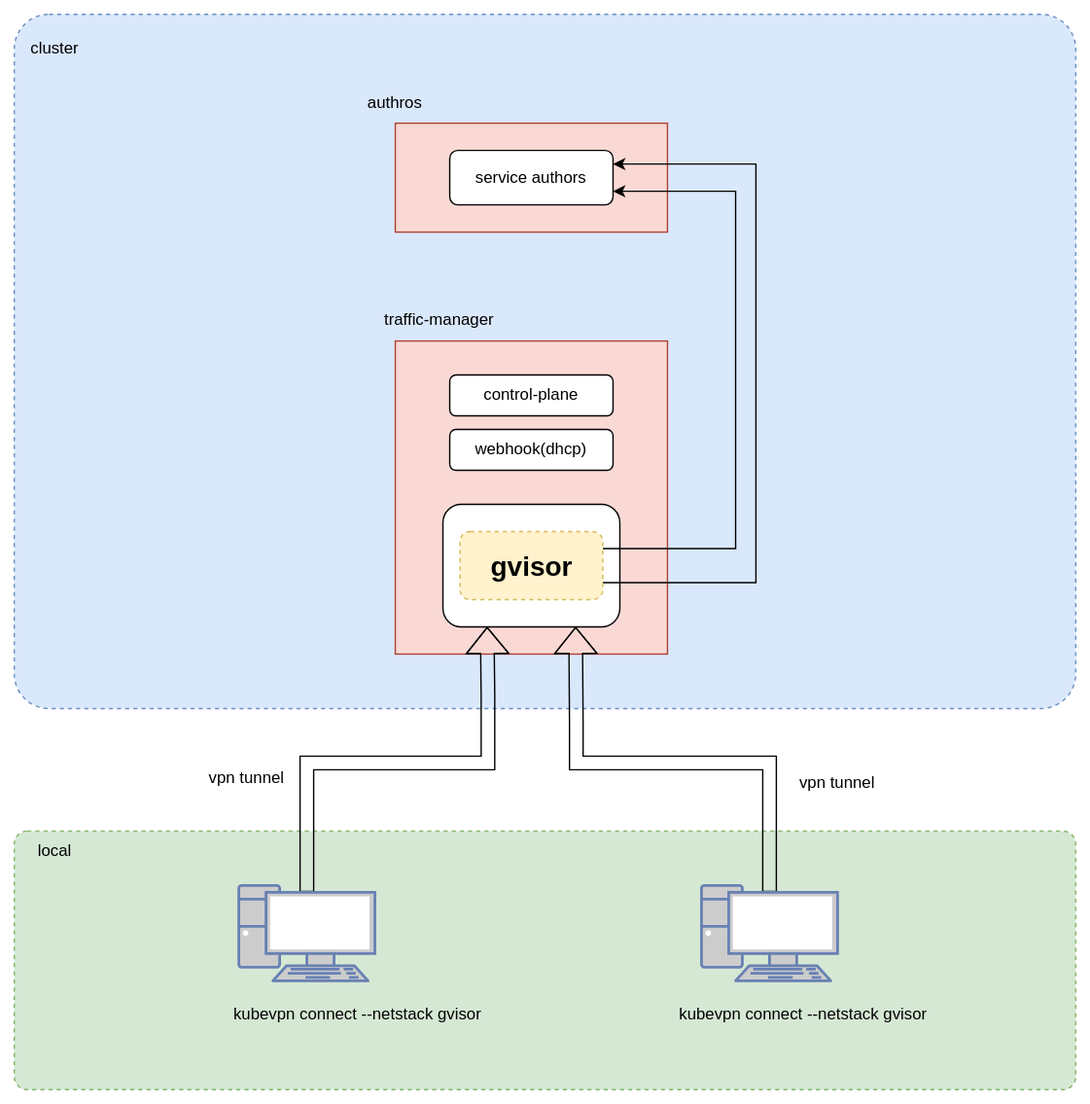
kubenetworks/kubenetworks.github.io keeps this draw.io diagram as i18n/zh/docusaurus-plugin-content-docs/current/architecture/img/connect_gvisor.svg. Above is the earlier version. Source tidied: cells renumbered, new cells last; positions are measured from the earlier drawing's top-left corner, leaving out a move shared by most shapes.
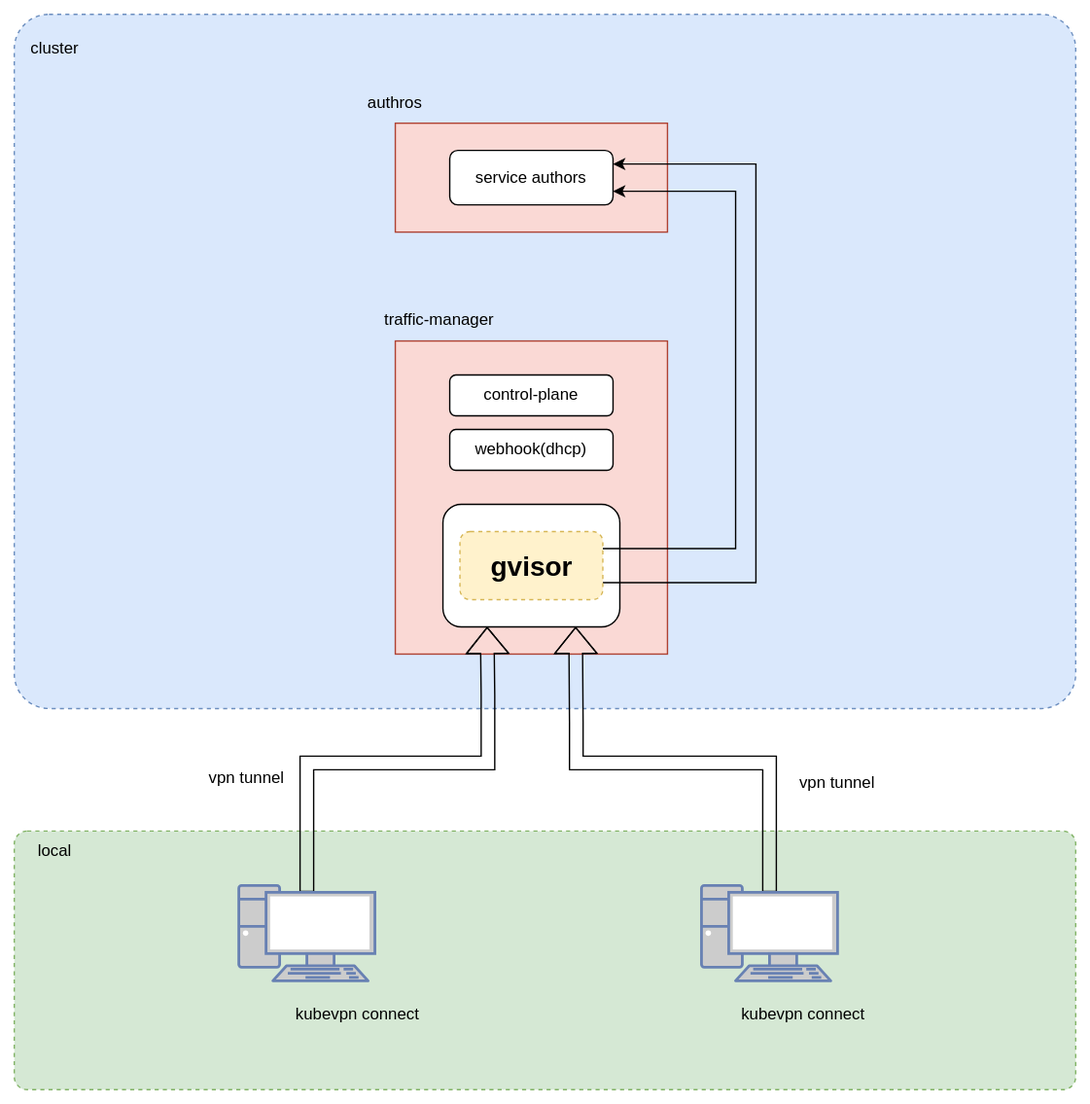
The same file after the commit.

What changed in the source:
```diff
@@ -62,10 +62,10 @@
         </Array>
       </mxGeometry>
     </mxCell>
-    <mxCell id="14" value="kubevpn connect --netstack gvisor" style="text;html=1;align=center;verticalAlign=middle;whiteSpace=wrap;rounded=0;" parent="1" vertex="1">
+    <mxCell id="14" value="kubevpn connect" style="text;html=1;align=center;verticalAlign=middle;whiteSpace=wrap;rounded=0;" parent="1" vertex="1">
       <mxGeometry x="160" y="720" width="185" height="30" as="geometry" />
     </mxCell>
-    <mxCell id="15" value="kubevpn connect --netstack gvisor" style="text;html=1;align=center;verticalAlign=middle;whiteSpace=wrap;rounded=0;" parent="1" vertex="1">
+    <mxCell id="15" value="kubevpn connect" style="text;html=1;align=center;verticalAlign=middle;whiteSpace=wrap;rounded=0;" parent="1" vertex="1">
       <mxGeometry x="485" y="720" width="190" height="30" as="geometry" />
     </mxCell>
     <mxCell id="16" value="traffic-manager" style="text;html=1;align=center;verticalAlign=middle;whiteSpace=wrap;rounded=0;" parent="1" vertex="1">
```
